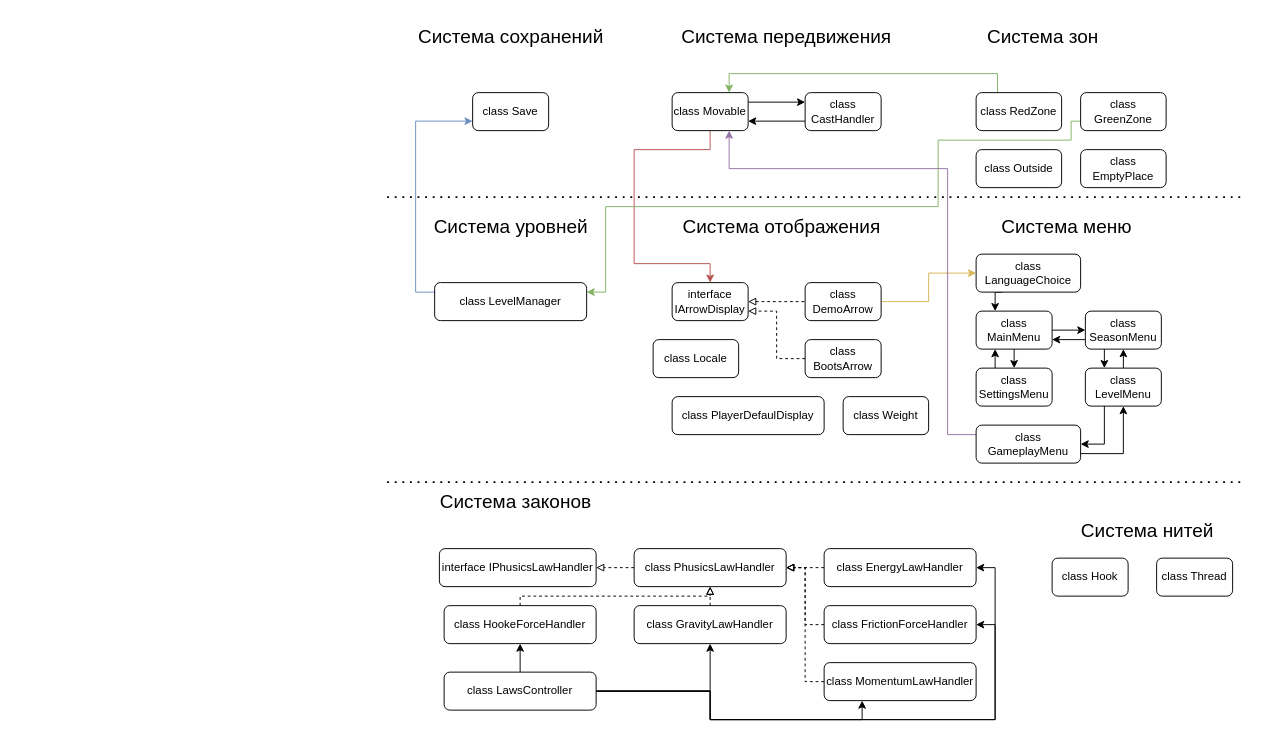
MustelaErmine/Force keeps this draw.io diagram as Architect/Архитектурная диаграмма.drawio. Above is the earlier version. Source tidied: cells renumbered, new cells numbered last; positions are measured from the earlier drawing's top-left corner, leaving out a move shared by most shapes. Both pictures are drawn from the tidied source at 95%, with x=0, y=0 at pixel (387, 16).
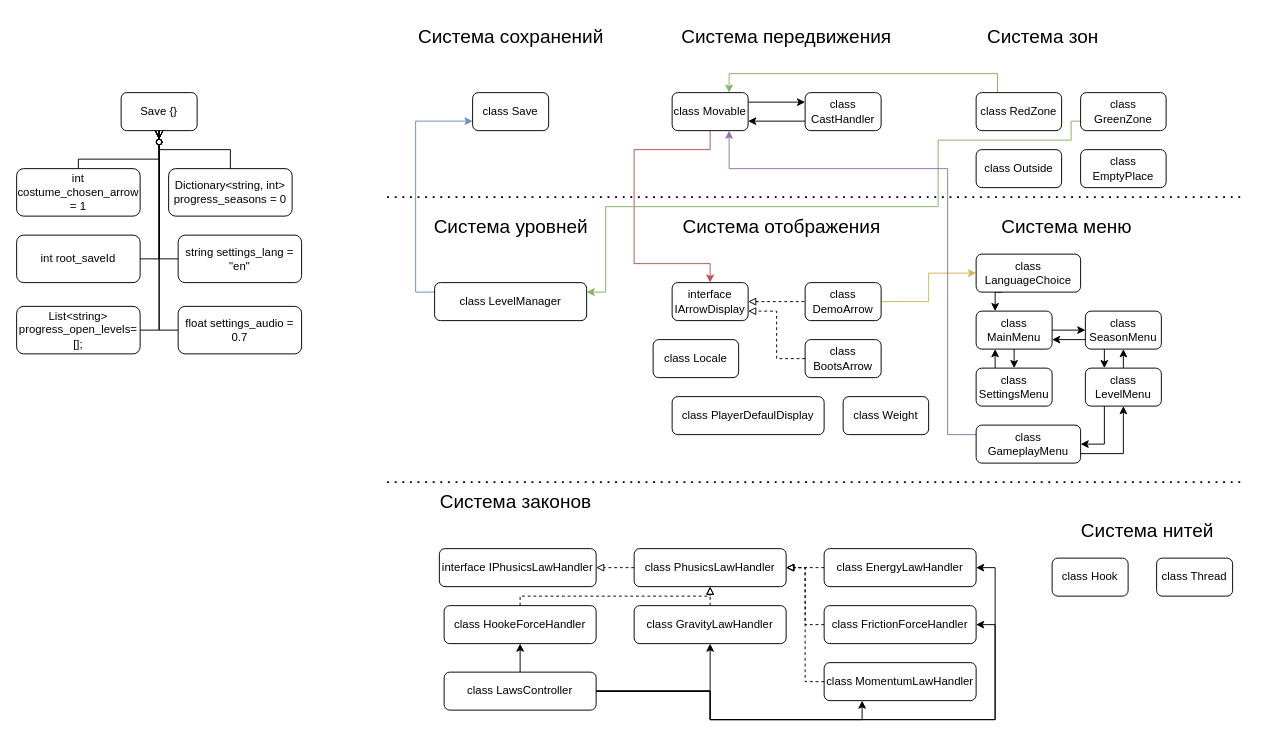
The same page after the edit.

Change to the diagram source:
```diff
@@
+    <mxCell id="72" value="Save {}" style="rounded=1;whiteSpace=wrap;html=1;" parent="1" vertex="1">
+      <mxGeometry x="-280" y="80" width="80" height="40" as="geometry" />
+    </mxCell>
+    <mxCell id="73" style="edgeStyle=orthogonalEdgeStyle;rounded=0;jettySize=auto;html=1;endArrow=ERzeroToMany;endFill=0;" parent="1" edge="1" source="74" target="72">
+      <mxGeometry relative="1" as="geometry" />
+    </mxCell>
+    <mxCell id="74" value="Dictionary&amp;lt;string, int&amp;gt; progress_seasons = 0" style="rounded=1;whiteSpace=wrap;html=1;" parent="1" vertex="1">
+      <mxGeometry x="-230" y="160" width="130" height="50" as="geometry" />
+    </mxCell>
+    <mxCell id="75" style="edgeStyle=orthogonalEdgeStyle;rounded=0;jettySize=auto;html=1;endArrow=ERzeroToMany;endFill=0;" parent="1" edge="1" source="76">
+      <mxGeometry relative="1" as="geometry">
+        <mxPoint x="-240" y="120" as="targetPoint" />
+        <Array as="points">
+          <mxPoint x="-325" y="150" />
+          <mxPoint x="-240" y="150" />
+        </Array>
+      </mxGeometry>
+    </mxCell>
+    <mxCell id="76" value="int costume_chosen_arrow = 1" style="rounded=1;whiteSpace=wrap;html=1;" parent="1" vertex="1">
+      <mxGeometry x="-390" y="160" width="130" height="50" as="geometry" />
+    </mxCell>
+    <mxCell id="77" style="edgeStyle=orthogonalEdgeStyle;rounded=0;jettySize=auto;html=1;exitX=1;exitY=0.5;exitDx=0;exitDy=0;entryX=0.5;entryY=1;entryDx=0;entryDy=0;endArrow=ERzeroToMany;endFill=0;" parent="1" edge="1" source="78" target="72">
+      <mxGeometry relative="1" as="geometry" />
+    </mxCell>
+    <mxCell id="78" value="int root_saveId" style="rounded=1;whiteSpace=wrap;html=1;" parent="1" vertex="1">
+      <mxGeometry x="-390" y="230" width="130" height="50" as="geometry" />
+    </mxCell>
+    <mxCell id="79" style="edgeStyle=orthogonalEdgeStyle;rounded=0;jettySize=auto;html=1;exitX=0;exitY=0.5;exitDx=0;exitDy=0;entryX=0.5;entryY=1;entryDx=0;entryDy=0;endArrow=ERzeroToMany;endFill=0;" parent="1" edge="1" source="80" target="72">
+      <mxGeometry relative="1" as="geometry" />
+    </mxCell>
+    <mxCell id="80" value="string settings_lang = &quot;en&quot;" style="rounded=1;whiteSpace=wrap;html=1;" parent="1" vertex="1">
+      <mxGeometry x="-220" y="230" width="130" height="50" as="geometry" />
+    </mxCell>
+    <mxCell id="81" style="edgeStyle=orthogonalEdgeStyle;rounded=0;jettySize=auto;html=1;exitX=0;exitY=0.5;exitDx=0;exitDy=0;endArrow=ERzeroToMany;endFill=0;" parent="1" edge="1" source="82">
+      <mxGeometry relative="1" as="geometry">
+        <mxPoint x="-240" y="120" as="targetPoint" />
+      </mxGeometry>
+    </mxCell>
+    <mxCell id="82" value="float settings_audio = 0.7" style="rounded=1;whiteSpace=wrap;html=1;" parent="1" vertex="1">
+      <mxGeometry x="-220" y="305" width="130" height="50" as="geometry" />
+    </mxCell>
+    <mxCell id="83" style="edgeStyle=orthogonalEdgeStyle;rounded=0;jettySize=auto;html=1;exitX=1;exitY=0.5;exitDx=0;exitDy=0;endArrow=ERzeroToMany;endFill=0;" parent="1" edge="1" source="84">
+      <mxGeometry relative="1" as="geometry">
+        <mxPoint x="-240" y="120" as="targetPoint" />
+        <Array as="points">
+          <mxPoint x="-240" y="330" />
+          <mxPoint x="-240" y="120" />
+        </Array>
+      </mxGeometry>
+    </mxCell>
+    <mxCell id="84" value="List&amp;lt;string&amp;gt; progress_open_levels= [];" style="rounded=1;whiteSpace=wrap;html=1;" parent="1" vertex="1">
+      <mxGeometry x="-390" y="305" width="130" height="50" as="geometry" />
+    </mxCell>
```
